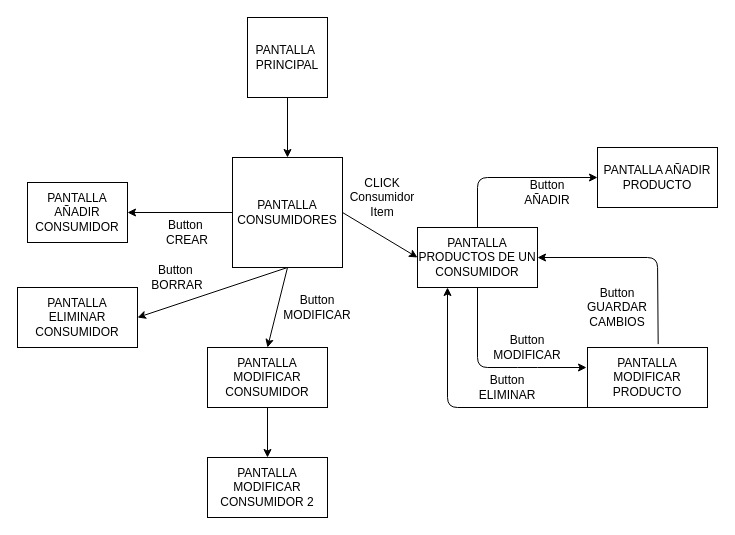
Before: Mapa.drawio in katacliny/practica, a draw.io diagram. Source tidied: cells renumbered, new cells numbered last; positions are measured from the earlier drawing's top-left corner, leaving out a move shared by most shapes. Both pictures are drawn from the tidied source at 100%, with x=0, y=0 at pixel (17, 17).
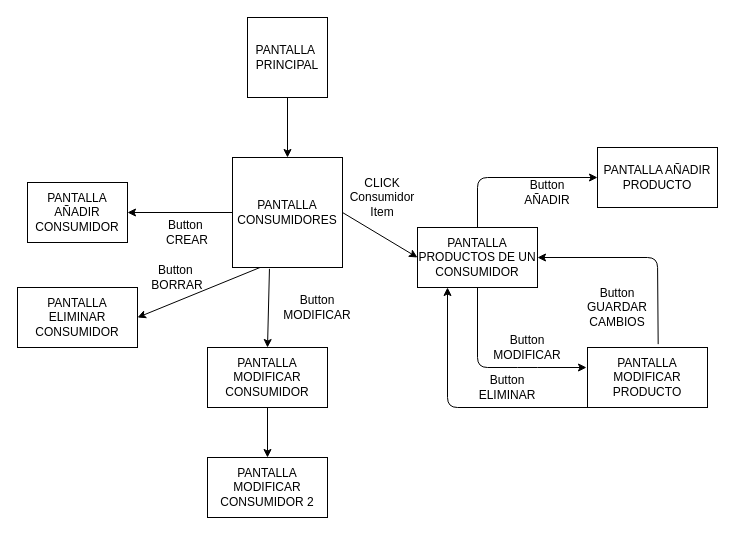
The same diagram, later.

Unchanged cells that the change refers to:
```xml
<mxCell id="4" value="PANTALLA CONSUMIDORES" style="whiteSpace=wrap;html=1;" parent="1" vertex="1">
  <mxGeometry x="215" y="140" width="110" height="110" as="geometry" />
</mxCell>
<mxCell id="10" value="PANTALLA MODIFICAR CONSUMIDOR" style="rounded=0;whiteSpace=wrap;html=1;" parent="1" vertex="1">
  <mxGeometry x="190" y="330" width="120" height="60" as="geometry" />
</mxCell>
<mxCell id="15" value="PANTALLA ELIMINAR CONSUMIDOR" style="rounded=0;whiteSpace=wrap;html=1;" parent="1" vertex="1">
  <mxGeometry y="270" width="120" height="60" as="geometry" />
</mxCell>
```

What changed in the source:
```diff
@@
-    <mxCell id="8" style="endArrow=classic;html=1;exitX=0.5;exitY=1;exitDx=0;exitDy=0;entryX=1;entryY=0.5;entryDx=0;entryDy=0;" parent="1" edge="1" source="4" target="15">
+    <mxCell id="8" style="endArrow=classic;html=1;exitX=0.25;exitY=1;exitDx=0;exitDy=0;entryX=1;entryY=0.5;entryDx=0;entryDy=0;" parent="1" edge="1" source="4" target="15">
       <mxGeometry relative="1" as="geometry" />
     </mxCell>
@@
-    <mxCell id="11" style="endArrow=classic;html=1;entryX=0.5;entryY=0;entryDx=0;entryDy=0;" parent="1" edge="1" target="10">
-      <mxGeometry relative="1" as="geometry">
-        <mxPoint x="270" y="250" as="sourcePoint" />
-      </mxGeometry>
+    <mxCell id="11" style="endArrow=classic;html=1;entryX=0.5;entryY=0;entryDx=0;entryDy=0;exitX=0.336;exitY=1.012;exitDx=0;exitDy=0;exitPerimeter=0;" parent="1" edge="1" source="4" target="10">
+      <mxGeometry relative="1" as="geometry" />
     </mxCell>
```
